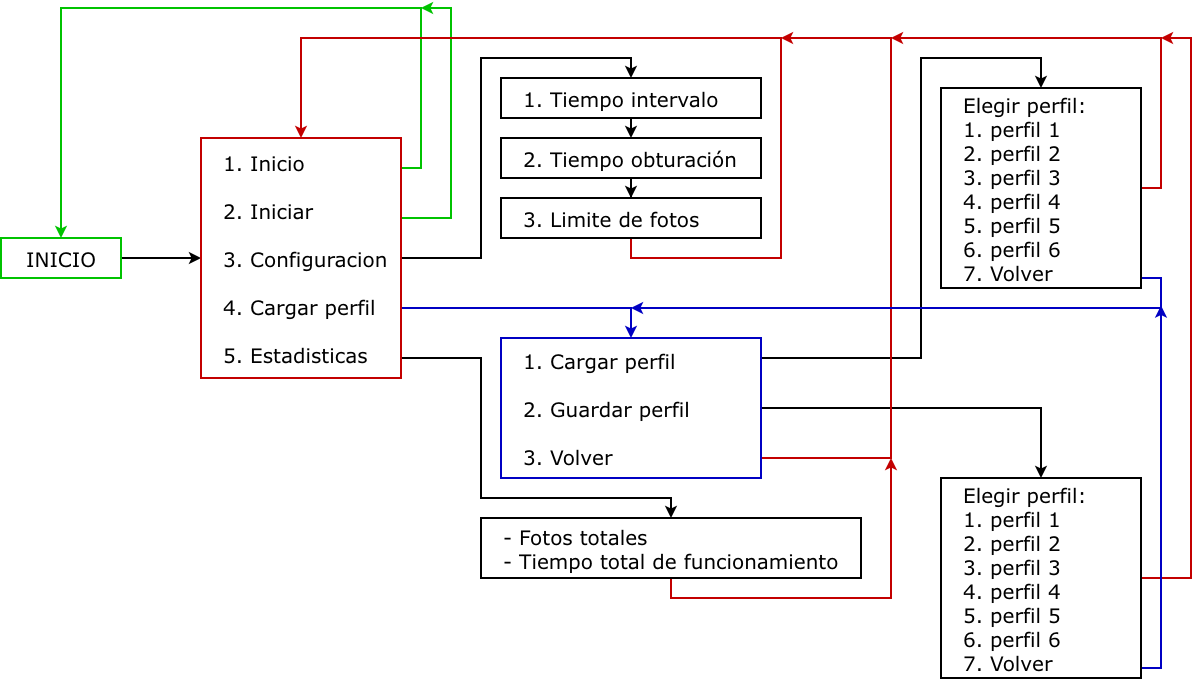
Earlier version of the draw.io export flowchart_es.png (Estebanp2005/AstroPhotographer). Source tidied: cells renumbered, new cells last; positions are measured from the earlier drawing's top-left corner, leaving out a move shared by most shapes. Source of this version:
```xml
<mxGraphModel>
  <root>
    <mxCell id="0" />
    <mxCell id="1" parent="0" />
    <mxCell id="2" style="edgeStyle=orthogonalEdgeStyle;rounded=0;jettySize=auto;html=1;exitX=1;exitY=0.5;exitDx=0;exitDy=0;entryX=0;entryY=0.5;entryDx=0;entryDy=0;strokeWidth=2;" parent="1" edge="1" source="3" target="9">
      <mxGeometry relative="1" as="geometry" />
    </mxCell>
    <mxCell id="3" value="INICIO" style="rounded=0;whiteSpace=wrap;html=1;fontFamily=Verdana;fontSize=20;strokeWidth=2;strokeColor=#00C300;" parent="1" vertex="1">
      <mxGeometry y="230" width="120" height="40" as="geometry" />
    </mxCell>
    <mxCell id="4" style="edgeStyle=orthogonalEdgeStyle;rounded=0;jettySize=auto;html=1;exitX=1;exitY=0.25;exitDx=0;exitDy=0;entryX=0.5;entryY=0;entryDx=0;entryDy=0;strokeWidth=2;strokeColor=#00C300;" parent="1" edge="1" source="9" target="3">
      <mxGeometry relative="1" as="geometry">
        <Array as="points">
          <mxPoint x="400" y="160" />
          <mxPoint x="420" y="160" />
          <mxPoint x="420" />
          <mxPoint x="60" />
        </Array>
      </mxGeometry>
    </mxCell>
    <mxCell id="5" style="edgeStyle=orthogonalEdgeStyle;rounded=0;orthogonalLoop=1;jettySize=auto;html=1;exitX=1;exitY=0.25;exitDx=0;exitDy=0;strokeWidth=2;strokeColor=#00C300;" parent="1" edge="1">
      <mxGeometry relative="1" as="geometry">
        <mxPoint x="400" y="170" as="sourcePoint" />
        <mxPoint x="420" as="targetPoint" />
        <Array as="points">
          <mxPoint x="400" y="210" />
          <mxPoint x="450" y="210" />
          <mxPoint x="450" />
        </Array>
      </mxGeometry>
    </mxCell>
    <mxCell id="6" style="edgeStyle=orthogonalEdgeStyle;rounded=0;jettySize=auto;html=1;exitX=1;exitY=0.5;exitDx=0;exitDy=0;entryX=0.5;entryY=0;entryDx=0;entryDy=0;strokeWidth=2;" parent="1" edge="1" target="12">
      <mxGeometry relative="1" as="geometry">
        <mxPoint x="400" y="260" as="sourcePoint" />
        <Array as="points">
          <mxPoint x="400" y="250" />
          <mxPoint x="480" y="250" />
          <mxPoint x="480" y="50" />
          <mxPoint x="630" y="50" />
        </Array>
      </mxGeometry>
    </mxCell>
    <mxCell id="7" style="edgeStyle=orthogonalEdgeStyle;rounded=0;jettySize=auto;html=1;exitX=1;exitY=0.75;exitDx=0;exitDy=0;entryX=0.5;entryY=0;entryDx=0;entryDy=0;strokeWidth=2;strokeColor=#0000C3;" parent="1" edge="1" source="9" target="19">
      <mxGeometry relative="1" as="geometry">
        <Array as="points">
          <mxPoint x="400" y="300" />
          <mxPoint x="630" y="300" />
        </Array>
      </mxGeometry>
    </mxCell>
    <mxCell id="8" style="edgeStyle=orthogonalEdgeStyle;rounded=0;jettySize=auto;html=1;exitX=1;exitY=0.75;exitDx=0;exitDy=0;entryX=0.5;entryY=0;entryDx=0;entryDy=0;strokeWidth=2;" parent="1" edge="1" source="9" target="27">
      <mxGeometry relative="1" as="geometry">
        <Array as="points">
          <mxPoint x="400" y="350" />
          <mxPoint x="480" y="350" />
          <mxPoint x="480" y="490" />
          <mxPoint x="670" y="490" />
        </Array>
      </mxGeometry>
    </mxCell>
    <mxCell id="9" value="1. Inicio&lt;div&gt;&lt;br&gt;&lt;div&gt;2. Iniciar&lt;/div&gt;&lt;div&gt;&lt;br&gt;&lt;/div&gt;&lt;div&gt;3&lt;font&gt;. Configuracion&lt;/font&gt;&lt;/div&gt;&lt;div&gt;&lt;font&gt;&lt;br&gt;&lt;/font&gt;&lt;/div&gt;&lt;div&gt;&lt;font&gt;4. Cargar perfil&lt;/font&gt;&lt;/div&gt;&lt;div&gt;&lt;br&gt;&lt;/div&gt;&lt;div&gt;5. Estadisticas&lt;/div&gt;&lt;/div&gt;" style="rounded=0;html=1;align=left;fontSize=20;labelPosition=center;verticalLabelPosition=middle;verticalAlign=middle;whiteSpace=wrap;spacingLeft=20;fontFamily=Verdana;strokeColor=light-dark(#c30000, #ededed);strokeWidth=2;" parent="1" vertex="1">
      <mxGeometry x="200" y="130" width="200" height="240" as="geometry" />
    </mxCell>
    <mxCell id="10" style="edgeStyle=orthogonalEdgeStyle;rounded=0;jettySize=auto;html=1;exitX=0.5;exitY=1;exitDx=0;exitDy=0;entryX=0.5;entryY=0;entryDx=0;entryDy=0;strokeWidth=2;strokeColor=light-dark(#c30000, #ededed);" parent="1" edge="1" source="15" target="9">
      <mxGeometry relative="1" as="geometry">
        <Array as="points">
          <mxPoint x="630" y="250" />
          <mxPoint x="780" y="250" />
          <mxPoint x="780" y="30" />
          <mxPoint x="300" y="30" />
        </Array>
      </mxGeometry>
    </mxCell>
    <mxCell id="11" style="edgeStyle=orthogonalEdgeStyle;rounded=0;jettySize=auto;html=1;exitX=0.5;exitY=1;exitDx=0;exitDy=0;entryX=0.5;entryY=0;entryDx=0;entryDy=0;strokeWidth=2;" parent="1" edge="1" source="12" target="14">
      <mxGeometry relative="1" as="geometry" />
    </mxCell>
    <mxCell id="12" value="1. Tiempo intervalo" style="rounded=0;html=1;align=left;fontSize=20;labelPosition=center;verticalLabelPosition=middle;verticalAlign=middle;whiteSpace=wrap;spacingLeft=20;fontFamily=Verdana;strokeWidth=2;" parent="1" vertex="1">
      <mxGeometry x="500" y="70" width="260" height="40" as="geometry" />
    </mxCell>
    <mxCell id="13" style="edgeStyle=orthogonalEdgeStyle;rounded=0;jettySize=auto;html=1;entryX=0.5;entryY=0;entryDx=0;entryDy=0;strokeWidth=2;" parent="1" edge="1" source="14" target="15">
      <mxGeometry relative="1" as="geometry" />
    </mxCell>
    <mxCell id="14" value="2. Tiempo obturación" style="rounded=0;html=1;align=left;fontSize=20;labelPosition=center;verticalLabelPosition=middle;verticalAlign=middle;whiteSpace=wrap;spacingLeft=20;fontFamily=Verdana;strokeWidth=2;" parent="1" vertex="1">
      <mxGeometry x="500" y="130" width="260" height="40" as="geometry" />
    </mxCell>
    <mxCell id="15" value="3. Limite de fotos" style="rounded=0;html=1;align=left;fontSize=20;labelPosition=center;verticalLabelPosition=middle;verticalAlign=middle;whiteSpace=wrap;spacingLeft=20;fontFamily=Verdana;strokeWidth=2;" parent="1" vertex="1">
      <mxGeometry x="500" y="190" width="260" height="40" as="geometry" />
    </mxCell>
    <mxCell id="16" style="edgeStyle=orthogonalEdgeStyle;rounded=0;jettySize=auto;html=1;exitX=1;exitY=0.25;exitDx=0;exitDy=0;entryX=0.5;entryY=0;entryDx=0;entryDy=0;strokeWidth=2;" parent="1" edge="1" source="19" target="22">
      <mxGeometry relative="1" as="geometry">
        <Array as="points">
          <mxPoint x="750" y="365" />
          <mxPoint x="750" y="350" />
          <mxPoint x="920" y="350" />
          <mxPoint x="920" y="50" />
          <mxPoint x="1040" y="50" />
        </Array>
      </mxGeometry>
    </mxCell>
    <mxCell id="17" style="edgeStyle=orthogonalEdgeStyle;rounded=0;jettySize=auto;html=1;exitX=1;exitY=0.5;exitDx=0;exitDy=0;entryX=0.5;entryY=0;entryDx=0;entryDy=0;strokeWidth=2;" parent="1" edge="1" source="19" target="25">
      <mxGeometry relative="1" as="geometry" />
    </mxCell>
    <mxCell id="18" style="edgeStyle=orthogonalEdgeStyle;rounded=0;jettySize=auto;html=1;exitX=1;exitY=0.75;exitDx=0;exitDy=0;strokeWidth=2;strokeColor=light-dark(#c30000, #ededed);" parent="1" edge="1" source="19">
      <mxGeometry relative="1" as="geometry">
        <mxPoint x="780" y="30" as="targetPoint" />
        <Array as="points">
          <mxPoint x="730" y="435" />
          <mxPoint x="730" y="450" />
          <mxPoint x="890" y="450" />
          <mxPoint x="890" y="30" />
        </Array>
      </mxGeometry>
    </mxCell>
    <mxCell id="19" value="1. Cargar perfil&lt;div&gt;&lt;br&gt;&lt;div&gt;2. Guardar perfil&lt;/div&gt;&lt;div&gt;&lt;br&gt;&lt;/div&gt;&lt;div&gt;3&lt;font&gt;. Volver&lt;/font&gt;&lt;/div&gt;&lt;/div&gt;" style="rounded=0;html=1;align=left;fontSize=20;labelPosition=center;verticalLabelPosition=middle;verticalAlign=middle;whiteSpace=wrap;spacingLeft=20;fontFamily=Verdana;strokeWidth=2;strokeColor=#0000C3;" parent="1" vertex="1">
      <mxGeometry x="500" y="330" width="260" height="140" as="geometry" />
    </mxCell>
    <mxCell id="20" style="edgeStyle=orthogonalEdgeStyle;rounded=0;jettySize=auto;html=1;exitX=1;exitY=0.75;exitDx=0;exitDy=0;strokeWidth=2;strokeColor=#0000C3;" parent="1" edge="1" source="22">
      <mxGeometry relative="1" as="geometry">
        <mxPoint x="630" y="300" as="targetPoint" />
        <Array as="points">
          <mxPoint x="1060" y="230" />
          <mxPoint x="1060" y="270" />
          <mxPoint x="1160" y="270" />
          <mxPoint x="1160" y="300" />
        </Array>
      </mxGeometry>
    </mxCell>
    <mxCell id="21" style="edgeStyle=orthogonalEdgeStyle;rounded=0;jettySize=auto;html=1;strokeWidth=2;strokeColor=light-dark(#c30000, #ededed);" parent="1" edge="1" source="22">
      <mxGeometry relative="1" as="geometry">
        <mxPoint x="890" y="30" as="targetPoint" />
        <Array as="points">
          <mxPoint x="1160" y="180" />
          <mxPoint x="1160" y="30" />
        </Array>
      </mxGeometry>
    </mxCell>
    <mxCell id="22" value="&lt;div&gt;Elegir perfil:&lt;/div&gt;1. perfil 1&lt;div&gt;&lt;div&gt;2. perfil 2&lt;/div&gt;&lt;div&gt;3&lt;font&gt;.&amp;nbsp;&lt;/font&gt;&lt;span style=&quot;background-color: transparent; color: light-dark(rgb(0, 0, 0), rgb(255, 255, 255));&quot;&gt;perfil 3&lt;/span&gt;&lt;/div&gt;&lt;div&gt;&lt;font&gt;4.&amp;nbsp;&lt;/font&gt;&lt;span style=&quot;background-color: transparent; color: light-dark(rgb(0, 0, 0), rgb(255, 255, 255));&quot;&gt;perfil 4&lt;/span&gt;&lt;/div&gt;&lt;div&gt;5.&amp;nbsp;&lt;span style=&quot;background-color: transparent; color: light-dark(rgb(0, 0, 0), rgb(255, 255, 255));&quot;&gt;perfil 5&lt;/span&gt;&lt;/div&gt;&lt;/div&gt;&lt;div&gt;6.&amp;nbsp;&lt;span style=&quot;background-color: transparent; color: light-dark(rgb(0, 0, 0), rgb(255, 255, 255));&quot;&gt;perfil 6&lt;/span&gt;&lt;/div&gt;&lt;div&gt;&lt;span style=&quot;background-color: transparent; color: light-dark(rgb(0, 0, 0), rgb(255, 255, 255));&quot;&gt;7. Volver&lt;/span&gt;&lt;/div&gt;" style="rounded=0;html=1;align=left;fontSize=20;labelPosition=center;verticalLabelPosition=middle;verticalAlign=middle;whiteSpace=wrap;spacingLeft=20;fontFamily=Verdana;strokeWidth=2;" parent="1" vertex="1">
      <mxGeometry x="940" y="80" width="200" height="200" as="geometry" />
    </mxCell>
    <mxCell id="23" style="edgeStyle=orthogonalEdgeStyle;rounded=0;jettySize=auto;html=1;exitX=1;exitY=0.5;exitDx=0;exitDy=0;strokeColor=#C30000;strokeWidth=2;" parent="1" edge="1" source="25">
      <mxGeometry relative="1" as="geometry">
        <mxPoint x="1160" y="30" as="targetPoint" />
        <Array as="points">
          <mxPoint x="1190" y="570" />
          <mxPoint x="1190" y="30" />
        </Array>
      </mxGeometry>
    </mxCell>
    <mxCell id="24" style="edgeStyle=orthogonalEdgeStyle;rounded=0;jettySize=auto;html=1;exitX=1;exitY=0.75;exitDx=0;exitDy=0;strokeWidth=2;strokeColor=#0000C3;" parent="1" edge="1" source="25">
      <mxGeometry relative="1" as="geometry">
        <mxPoint x="1160" y="297.5" as="targetPoint" />
        <Array as="points">
          <mxPoint x="1130" y="620" />
          <mxPoint x="1130" y="660" />
          <mxPoint x="1160" y="660" />
        </Array>
      </mxGeometry>
    </mxCell>
    <mxCell id="25" value="&lt;div&gt;Elegir perfil:&lt;/div&gt;1. perfil 1&lt;div&gt;&lt;div&gt;2. perfil 2&lt;/div&gt;&lt;div&gt;3&lt;font&gt;.&amp;nbsp;&lt;/font&gt;&lt;span style=&quot;background-color: transparent; color: light-dark(rgb(0, 0, 0), rgb(255, 255, 255));&quot;&gt;perfil 3&lt;/span&gt;&lt;/div&gt;&lt;div&gt;&lt;font&gt;4.&amp;nbsp;&lt;/font&gt;&lt;span style=&quot;background-color: transparent; color: light-dark(rgb(0, 0, 0), rgb(255, 255, 255));&quot;&gt;perfil 4&lt;/span&gt;&lt;/div&gt;&lt;div&gt;5.&amp;nbsp;&lt;span style=&quot;background-color: transparent; color: light-dark(rgb(0, 0, 0), rgb(255, 255, 255));&quot;&gt;perfil 5&lt;/span&gt;&lt;/div&gt;&lt;/div&gt;&lt;div&gt;6.&amp;nbsp;&lt;span style=&quot;background-color: transparent; color: light-dark(rgb(0, 0, 0), rgb(255, 255, 255));&quot;&gt;perfil 6&lt;/span&gt;&lt;/div&gt;&lt;div&gt;&lt;span style=&quot;background-color: transparent; color: light-dark(rgb(0, 0, 0), rgb(255, 255, 255));&quot;&gt;7. Volver&lt;/span&gt;&lt;/div&gt;" style="rounded=0;html=1;align=left;fontSize=20;labelPosition=center;verticalLabelPosition=middle;verticalAlign=middle;whiteSpace=wrap;spacingLeft=20;fontFamily=Verdana;strokeWidth=2;" parent="1" vertex="1">
      <mxGeometry x="940" y="470" width="200" height="200" as="geometry" />
    </mxCell>
    <mxCell id="26" style="edgeStyle=orthogonalEdgeStyle;rounded=0;jettySize=auto;html=1;strokeWidth=2;strokeColor=#C30000;" parent="1" edge="1" source="27">
      <mxGeometry relative="1" as="geometry">
        <mxPoint x="890" y="450" as="targetPoint" />
        <Array as="points">
          <mxPoint x="670" y="590" />
          <mxPoint x="890" y="590" />
        </Array>
      </mxGeometry>
    </mxCell>
    <mxCell id="27" value="- Fotos totales&lt;div&gt;&lt;span style=&quot;background-color: transparent; color: light-dark(rgb(0, 0, 0), rgb(255, 255, 255));&quot;&gt;- Tiempo total de funcionamiento&lt;/span&gt;&lt;/div&gt;" style="rounded=0;html=1;align=left;fontSize=20;labelPosition=center;verticalLabelPosition=middle;verticalAlign=middle;whiteSpace=wrap;spacingLeft=20;fontFamily=Verdana;strokeWidth=2;" parent="1" vertex="1">
      <mxGeometry x="480" y="510" width="380" height="60" as="geometry" />
    </mxCell>
  </root>
</mxGraphModel>
```
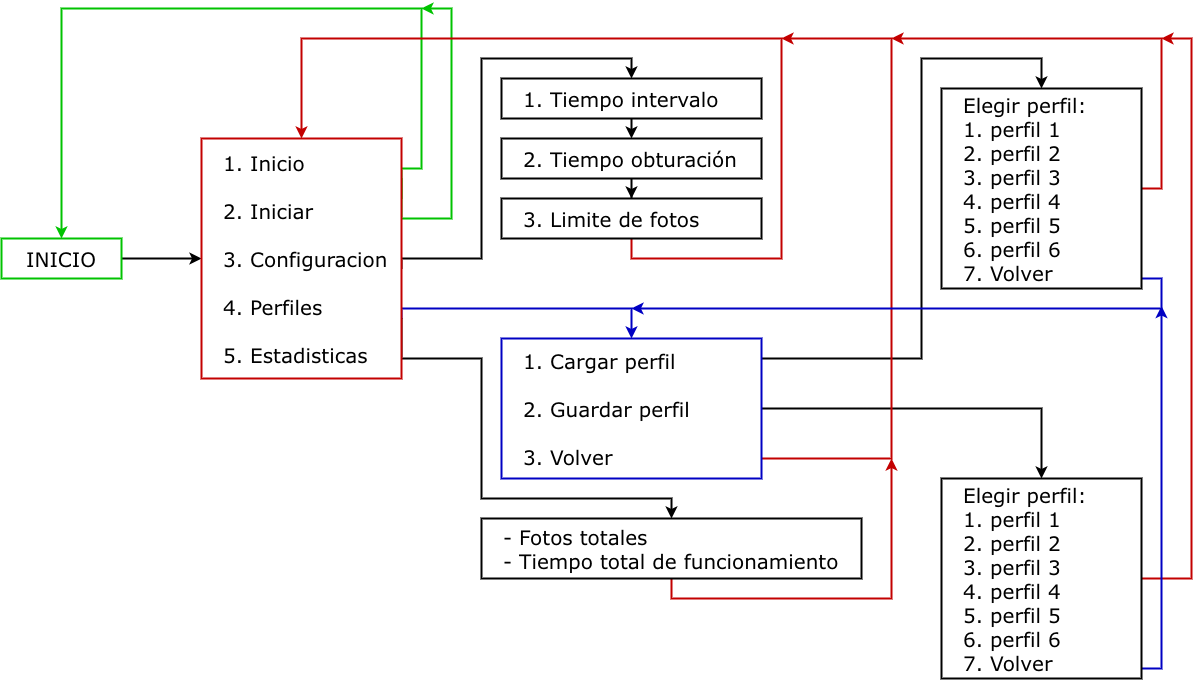
The same diagram one commit later.

Diff of the diagram source:
```diff
@@ -58,7 +58,7 @@
         </Array>
       </mxGeometry>
     </mxCell>
-    <mxCell id="9" value="1. Inicio&lt;div&gt;&lt;br&gt;&lt;div&gt;2. Iniciar&lt;/div&gt;&lt;div&gt;&lt;br&gt;&lt;/div&gt;&lt;div&gt;3&lt;font&gt;. Configuracion&lt;/font&gt;&lt;/div&gt;&lt;div&gt;&lt;font&gt;&lt;br&gt;&lt;/font&gt;&lt;/div&gt;&lt;div&gt;&lt;font&gt;4. Cargar perfil&lt;/font&gt;&lt;/div&gt;&lt;div&gt;&lt;br&gt;&lt;/div&gt;&lt;div&gt;5. Estadisticas&lt;/div&gt;&lt;/div&gt;" style="rounded=0;html=1;align=left;fontSize=20;labelPosition=center;verticalLabelPosition=middle;verticalAlign=middle;whiteSpace=wrap;spacingLeft=20;fontFamily=Verdana;strokeColor=light-dark(#c30000, #ededed);strokeWidth=2;" parent="1" vertex="1">
+    <mxCell id="9" value="1. Inicio&lt;div&gt;&lt;br&gt;&lt;div&gt;2. Iniciar&lt;/div&gt;&lt;div&gt;&lt;br&gt;&lt;/div&gt;&lt;div&gt;3&lt;font&gt;. Configuracion&lt;/font&gt;&lt;/div&gt;&lt;div&gt;&lt;font&gt;&lt;br&gt;&lt;/font&gt;&lt;/div&gt;&lt;div&gt;&lt;font&gt;4. Perfiles&lt;/font&gt;&lt;/div&gt;&lt;div&gt;&lt;br&gt;&lt;/div&gt;&lt;div&gt;5. Estadisticas&lt;/div&gt;&lt;/div&gt;" style="rounded=0;html=1;align=left;fontSize=20;labelPosition=center;verticalLabelPosition=middle;verticalAlign=middle;whiteSpace=wrap;spacingLeft=20;fontFamily=Verdana;strokeColor=light-dark(#c30000, #ededed);strokeWidth=2;" parent="1" vertex="1">
       <mxGeometry x="200" y="130" width="200" height="240" as="geometry" />
     </mxCell>
     <mxCell id="10" style="edgeStyle=orthogonalEdgeStyle;rounded=0;jettySize=auto;html=1;exitX=0.5;exitY=1;exitDx=0;exitDy=0;entryX=0.5;entryY=0;entryDx=0;entryDy=0;strokeWidth=2;strokeColor=light-dark(#c30000, #ededed);" parent="1" edge="1" source="15" target="9">
```
